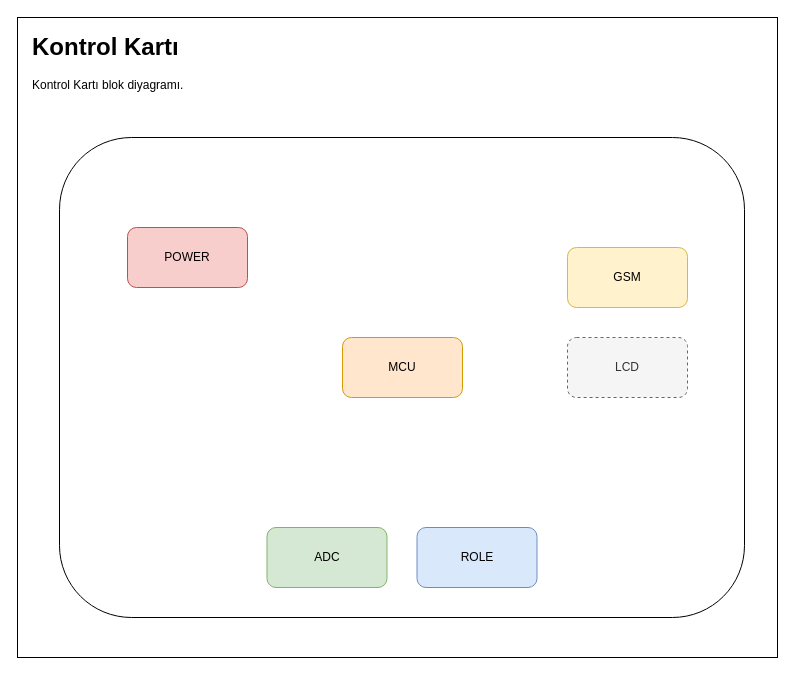
The draw.io diagram documents/damla-sulama.drawio in yarencam/Tasarim-Projesi, before the edit. Source tidied: cells renumbered, new cells numbered last; positions are measured from the earlier drawing's top-left corner, leaving out a move shared by most shapes. Both pictures are drawn from the tidied source at 100%, with x=0, y=0 at pixel (17, 17).
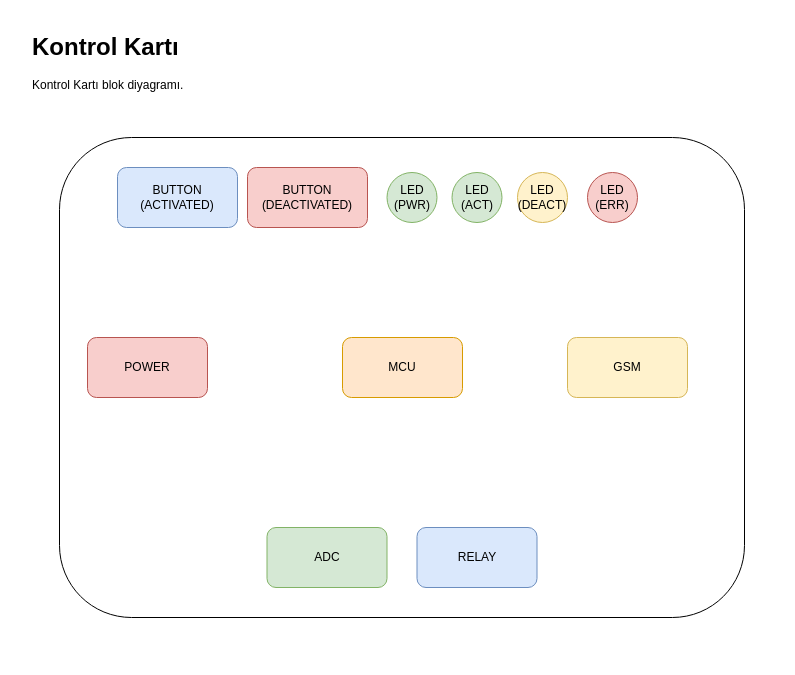
After the change.

Change to the diagram source:
```diff
@@
 <mxGraphModel>
   <root>
     <mxCell id="0" />
     <mxCell id="1" parent="0" />
-    <mxCell id="2" style="rounded=0;whiteSpace=wrap;html=1;" parent="1" vertex="1">
+    <mxCell id="2" style="rounded=0;whiteSpace=wrap;html=1;strokeColor=none;" parent="1" vertex="1">
       <mxGeometry width="760" height="640" as="geometry" />
     </mxCell>
     <mxCell id="3" style="rounded=1;whiteSpace=wrap;html=1;" parent="1" vertex="1">
       <mxGeometry x="42" y="120" width="685" height="480" as="geometry" />
     </mxCell>
     <mxCell id="4" value="MCU" style="rounded=1;whiteSpace=wrap;html=1;fillColor=#ffe6cc;strokeColor=#d79b00;" parent="1" vertex="1">
       <mxGeometry x="325" y="320" width="120" height="60" as="geometry" />
     </mxCell>
     <mxCell id="5" value="ADC" style="rounded=1;whiteSpace=wrap;html=1;fillColor=#d5e8d4;strokeColor=#82b366;" parent="1" vertex="1">
       <mxGeometry x="249.5" y="510" width="120" height="60" as="geometry" />
     </mxCell>
-    <mxCell id="6" value="ROLE" style="rounded=1;whiteSpace=wrap;html=1;fillColor=#dae8fc;strokeColor=#6c8ebf;" parent="1" vertex="1">
+    <mxCell id="6" value="RELAY" style="rounded=1;whiteSpace=wrap;html=1;fillColor=#dae8fc;strokeColor=#6c8ebf;" parent="1" vertex="1">
       <mxGeometry x="399.5" y="510" width="120" height="60" as="geometry" />
     </mxCell>
     <mxCell id="7" value="POWER" style="rounded=1;whiteSpace=wrap;html=1;fillColor=#f8cecc;strokeColor=#b85450;" parent="1" vertex="1">
-      <mxGeometry x="110" y="210" width="120" height="60" as="geometry" />
+      <mxGeometry x="70" y="320" width="120" height="60" as="geometry" />
     </mxCell>
     <mxCell id="8" value="GSM" style="rounded=1;whiteSpace=wrap;html=1;fillColor=#fff2cc;strokeColor=#d6b656;" parent="1" vertex="1">
-      <mxGeometry x="550" y="230" width="120" height="60" as="geometry" />
+      <mxGeometry x="550" y="320" width="120" height="60" as="geometry" />
     </mxCell>
-    <mxCell id="9" value="LCD" style="rounded=1;whiteSpace=wrap;html=1;fillColor=#f5f5f5;fontColor=#333333;strokeColor=#666666;dashed=1;" parent="1" vertex="1">
-      <mxGeometry x="550" y="320" width="120" height="60" as="geometry" />
-    </mxCell>
     <mxCell id="10" value="&lt;h1&gt;Kontrol Kartı&lt;/h1&gt;&lt;p&gt;Kontrol Kartı blok diyagramı.&lt;/p&gt;" style="text;html=1;strokeColor=none;fillColor=none;spacing=5;spacingTop=-20;whiteSpace=wrap;overflow=hidden;rounded=0;" parent="1" vertex="1">
       <mxGeometry x="10" y="10" width="710" height="120" as="geometry" />
     </mxCell>
+    <mxCell id="11" value="BUTTON&lt;br&gt;(ACTIVATED)" style="rounded=1;whiteSpace=wrap;html=1;fillColor=#dae8fc;strokeColor=#6c8ebf;" parent="1" vertex="1">
+      <mxGeometry x="100" y="150" width="120" height="60" as="geometry" />
+    </mxCell>
+    <mxCell id="12" value="BUTTON&lt;br&gt;(DEACTIVATED)" style="rounded=1;whiteSpace=wrap;html=1;fillColor=#f8cecc;strokeColor=#b85450;" parent="1" vertex="1">
+      <mxGeometry x="230" y="150" width="120" height="60" as="geometry" />
+    </mxCell>
+    <mxCell id="13" value="LED&lt;br&gt;(PWR)" style="ellipse;whiteSpace=wrap;html=1;fillColor=#d5e8d4;strokeColor=#82b366;" parent="1" vertex="1">
+      <mxGeometry x="369.5" y="155" width="50" height="50" as="geometry" />
+    </mxCell>
+    <mxCell id="14" value="LED&lt;br&gt;(ACT)" style="ellipse;whiteSpace=wrap;html=1;fillColor=#d5e8d4;strokeColor=#82b366;" parent="1" vertex="1">
+      <mxGeometry x="434.5" y="155" width="50" height="50" as="geometry" />
+    </mxCell>
+    <mxCell id="15" value="LED&lt;br&gt;(DEACT)" style="ellipse;whiteSpace=wrap;html=1;fillColor=#fff2cc;strokeColor=#d6b656;" parent="1" vertex="1">
+      <mxGeometry x="500" y="155" width="50" height="50" as="geometry" />
+    </mxCell>
+    <mxCell id="16" value="LED&lt;br&gt;(ERR)" style="ellipse;whiteSpace=wrap;html=1;fillColor=#f8cecc;strokeColor=#b85450;" parent="1" vertex="1">
+      <mxGeometry x="570" y="155" width="50" height="50" as="geometry" />
+    </mxCell>
   </root>
 </mxGraphModel>
```
